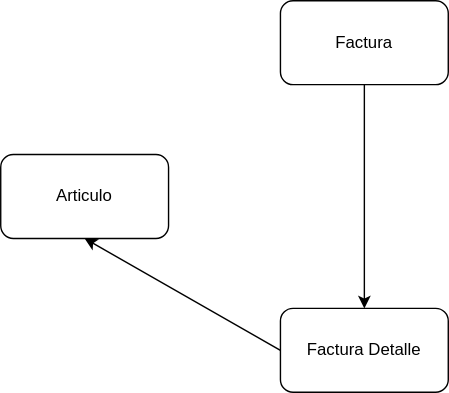
hmoscode/CS3_technical-_test keeps this draw.io diagram as img/diagrama.drawio.svg. Above is the earlier version. Source tidied: cells renumbered, new cells last; positions are measured from the earlier drawing's top-left corner, leaving out a move shared by most shapes. Its diagram source:
```xml
<mxGraphModel>
  <root>
    <mxCell id="0" />
    <mxCell id="1" parent="0" />
    <mxCell id="2" value="Articulo" style="rounded=1;whiteSpace=wrap;html=1;" parent="1" vertex="1">
      <mxGeometry y="110" width="120" height="60" as="geometry" />
    </mxCell>
    <mxCell id="3" value="Factura" style="rounded=1;whiteSpace=wrap;html=1;" parent="1" vertex="1">
      <mxGeometry x="200" width="120" height="60" as="geometry" />
    </mxCell>
    <mxCell id="4" value="Factura Detalle" style="rounded=1;whiteSpace=wrap;html=1;" parent="1" vertex="1">
      <mxGeometry x="200" y="220" width="120" height="60" as="geometry" />
    </mxCell>
    <mxCell id="5" style="endArrow=classic;html=1;rounded=0;entryX=0.5;entryY=1;entryDx=0;entryDy=0;exitX=0;exitY=0.5;exitDx=0;exitDy=0;" parent="1" edge="1" source="4" target="2">
      <mxGeometry relative="1" as="geometry" />
    </mxCell>
    <mxCell id="6" style="endArrow=classic;html=1;rounded=0;exitX=0.5;exitY=1;exitDx=0;exitDy=0;" parent="1" edge="1" source="3" target="4">
      <mxGeometry relative="1" as="geometry" />
    </mxCell>
  </root>
</mxGraphModel>
```
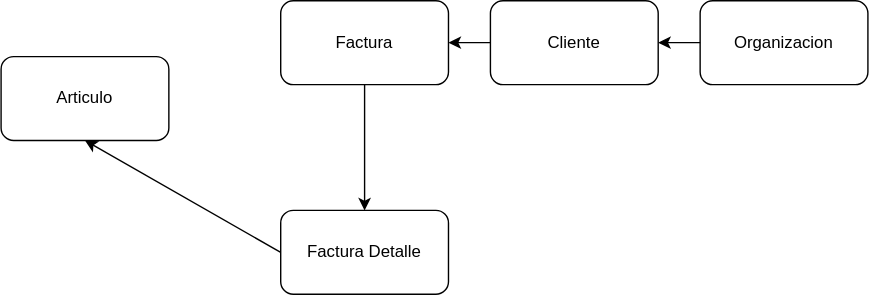
After the change.

The edit, as a diff of the source:
```diff
@@ -6,7 +6,7 @@
       <mxGeometry y="110" width="120" height="60" as="geometry" />
     </mxCell>
     <mxCell id="3" value="Factura" style="rounded=1;whiteSpace=wrap;html=1;" parent="1" vertex="1">
-      <mxGeometry x="200" width="120" height="60" as="geometry" />
+      <mxGeometry x="200" y="70" width="120" height="60" as="geometry" />
     </mxCell>
     <mxCell id="4" value="Factura Detalle" style="rounded=1;whiteSpace=wrap;html=1;" parent="1" vertex="1">
       <mxGeometry x="200" y="220" width="120" height="60" as="geometry" />
@@ -17,5 +17,19 @@
     <mxCell id="6" style="endArrow=classic;html=1;rounded=0;exitX=0.5;exitY=1;exitDx=0;exitDy=0;" parent="1" edge="1" source="3" target="4">
       <mxGeometry relative="1" as="geometry" />
     </mxCell>
+    <mxCell id="7" value="Cliente" style="rounded=1;whiteSpace=wrap;html=1;" parent="1" vertex="1">
+      <mxGeometry x="350" y="70" width="120" height="60" as="geometry" />
+    </mxCell>
+    <mxCell id="8" value="Organizacion" style="rounded=1;whiteSpace=wrap;html=1;" parent="1" vertex="1">
+      <mxGeometry x="500" y="70" width="120" height="60" as="geometry" />
+    </mxCell>
+    <mxCell id="9" style="endArrow=classic;html=1;rounded=0;entryX=1;entryY=0.5;entryDx=0;entryDy=0;exitX=0;exitY=0.5;exitDx=0;exitDy=0;" parent="1" edge="1" source="8" target="7">
+      <mxGeometry relative="1" as="geometry" />
+    </mxCell>
+    <mxCell id="10" style="endArrow=classic;html=1;rounded=0;entryX=1;entryY=0.5;entryDx=0;entryDy=0;" parent="1" edge="1" target="3">
+      <mxGeometry relative="1" as="geometry">
+        <mxPoint x="350" y="100" as="sourcePoint" />
+      </mxGeometry>
+    </mxCell>
   </root>
 </mxGraphModel>
```
